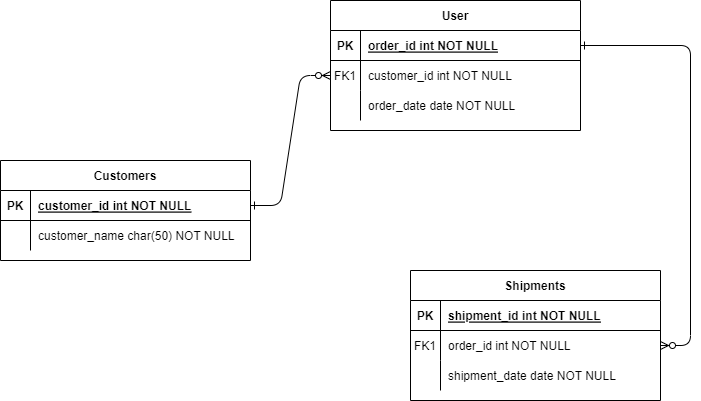
The draw.io diagram New folder/Untitled Diagram.drawio.png in Kkgenkai/Draw.io, before a commit. Source tidied: cells renumbered, new cells last; positions are measured from the earlier drawing's top-left corner, leaving out a move shared by most shapes.
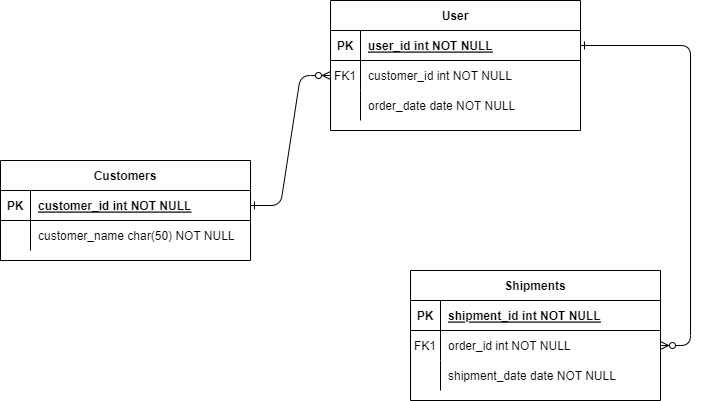
Above is the later version.

What changed in the source:
```diff
@@ -17,7 +17,7 @@
     <mxCell id="6" value="PK" style="shape=partialRectangle;overflow=hidden;fillColor=none;top=0;left=0;bottom=0;right=0;fontStyle=1;" parent="5" vertex="1">
       <mxGeometry width="30" height="30" as="geometry" />
     </mxCell>
-    <mxCell id="7" value="order_id int NOT NULL " style="shape=partialRectangle;overflow=hidden;fillColor=none;top=0;left=0;bottom=0;right=0;align=left;spacingLeft=6;fontStyle=5;" parent="5" vertex="1">
+    <mxCell id="7" value="user_id int NOT NULL " style="shape=partialRectangle;overflow=hidden;fillColor=none;top=0;left=0;bottom=0;right=0;align=left;spacingLeft=6;fontStyle=5;" parent="5" vertex="1">
       <mxGeometry x="30" width="220" height="30" as="geometry" />
     </mxCell>
     <mxCell id="8" style="shape=partialRectangle;fillColor=none;points=[[0,0.5],[1,0.5]];portConstraint=eastwest;top=0;left=0;right=0;bottom=0;" parent="4" vertex="1">
```
